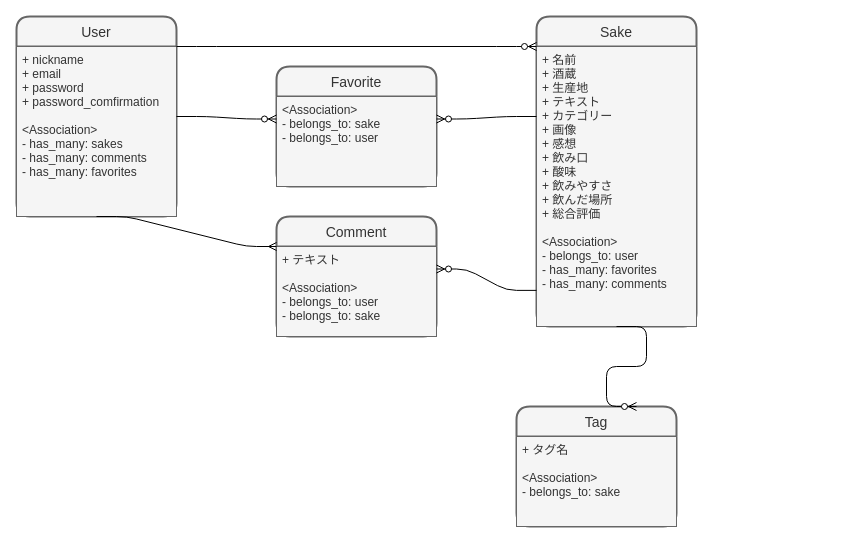
Before: sake-zukan.dio in itoma1124/sake-zukan, a draw.io diagram. Source tidied: cells renumbered, new cells numbered last; positions are measured from the earlier drawing's top-left corner, leaving out a move shared by most shapes. Both pictures are drawn from the tidied source at 100%, with x=0, y=0 at pixel (16, 16).
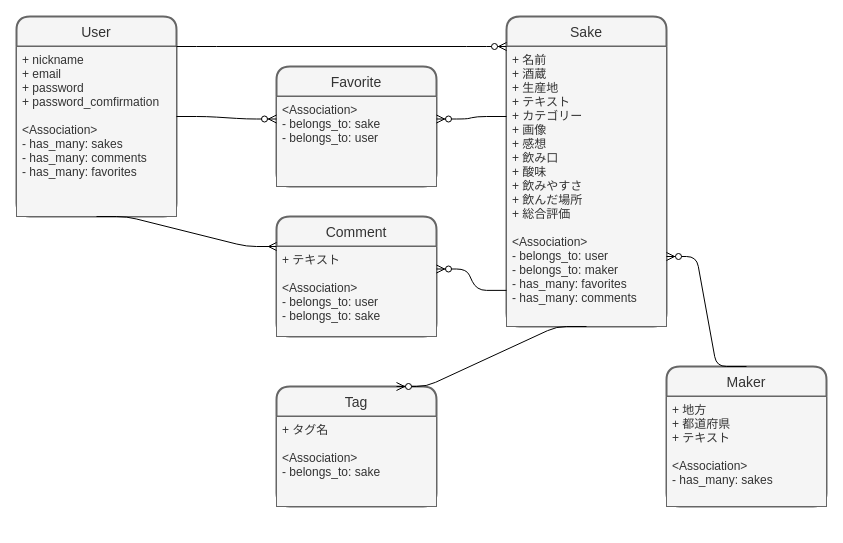
Above is the later version.

Change to the diagram source:
```diff
@@
     <mxCell id="4" value="Sake" style="swimlane;horizontal=1;startSize=30;rounded=1;fontSize=14;fontStyle=0;strokeWidth=2;shadow=0;dashed=0;align=center;fillColor=#f5f5f5;strokeColor=#666666;fontColor=#333333;" parent="1" vertex="1">
-      <mxGeometry x="520" width="160" height="310" as="geometry" />
+      <mxGeometry x="490" width="160" height="310" as="geometry" />
     </mxCell>
-    <mxCell id="5" value="+ 名前&#10;+ 酒蔵&#10;+ 生産地&#10;+ テキスト&#10;+ カテゴリー&#10;+ 画像&#10;+ 感想&#10;+ 飲み口&#10;+ 酸味&#10;+ 飲みやすさ&#10;+ 飲んだ場所&#10;+ 総合評価&#10;&#10;&lt;Association&gt;&#10;- belongs_to: user&#10;- has_many: favorites&#10;- has_many: comments&#10;&#10;&#10;" style="align=left;strokeColor=#666666;fillColor=#f5f5f5;spacingLeft=4;fontSize=12;verticalAlign=top;fontColor=#333333;" parent="4" vertex="1">
+    <mxCell id="5" value="+ 名前&#10;+ 酒蔵&#10;+ 生産地&#10;+ テキスト&#10;+ カテゴリー&#10;+ 画像&#10;+ 感想&#10;+ 飲み口&#10;+ 酸味&#10;+ 飲みやすさ&#10;+ 飲んだ場所&#10;+ 総合評価&#10;&#10;&lt;Association&gt;&#10;- belongs_to: user&#10;- belongs_to: maker&#10;- has_many: favorites&#10;- has_many: comments&#10;&#10;&#10;&#10;" style="align=left;strokeColor=#666666;fillColor=#f5f5f5;spacingLeft=4;fontSize=12;verticalAlign=top;fontColor=#333333;" parent="4" vertex="1">
       <mxGeometry y="30" width="160" height="280" as="geometry" />
     </mxCell>
@@
     <mxCell id="15" value="Tag" style="swimlane;horizontal=1;startSize=30;rounded=1;fontSize=14;fontStyle=0;strokeWidth=2;shadow=0;dashed=0;align=center;fillColor=#f5f5f5;strokeColor=#666666;fontColor=#333333;" parent="1" vertex="1">
-      <mxGeometry x="500" y="390" width="160" height="120" as="geometry" />
+      <mxGeometry x="260" y="370" width="160" height="120" as="geometry" />
     </mxCell>
@@
+    <mxCell id="18" value="Maker" style="swimlane;horizontal=1;startSize=30;rounded=1;fontSize=14;fontStyle=0;strokeWidth=2;shadow=0;dashed=0;align=center;fillColor=#f5f5f5;strokeColor=#666666;fontColor=#333333;" parent="1" vertex="1">
+      <mxGeometry x="650" y="350" width="160" height="140" as="geometry" />
+    </mxCell>
+    <mxCell id="19" value="+ 地方&#10;+ 都道府県&#10;+ テキスト&#10;&#10;&lt;Association&gt;&#10;- has_many: sakes&#10;" style="align=left;strokeColor=#666666;fillColor=#f5f5f5;spacingLeft=4;fontSize=12;verticalAlign=top;fontColor=#333333;" parent="18" vertex="1">
+      <mxGeometry y="30" width="160" height="110" as="geometry" />
+    </mxCell>
+    <mxCell id="20" style="edgeStyle=entityRelationEdgeStyle;fontSize=12;html=1;endArrow=ERzeroToMany;endFill=1;exitX=0.5;exitY=0;exitDx=0;exitDy=0;entryX=1;entryY=0.75;entryDx=0;entryDy=0;" parent="1" edge="1" source="18" target="5">
+      <mxGeometry relative="1" as="geometry" />
+    </mxCell>
```
